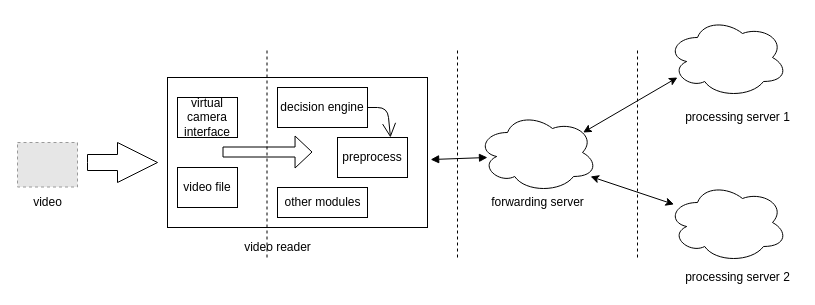
Earlier version of the draw.io diagram workflow.drawio (ZhiyanWXZ/leetcode). Source tidied: cells renumbered, new cells numbered last; positions are measured from the earlier drawing's top-left corner, leaving out a move shared by most shapes. Both pictures are drawn from the tidied source at 100%, with x=0, y=0 at pixel (17, 17). Pictures stored in the file or linked from it are replaced by grey dashed boxes.
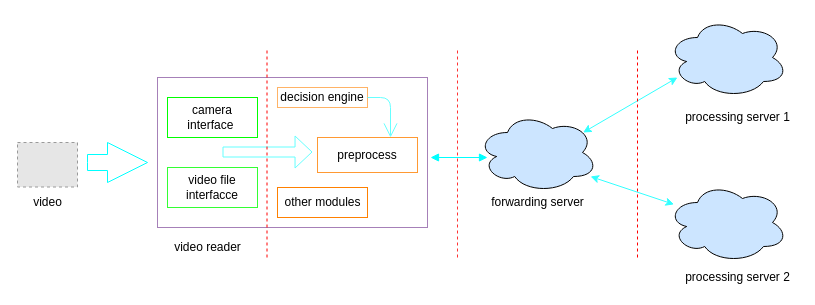
Above is the later version.

Diff of the diagram source:
```diff
@@
-    <mxCell id="2" style="rounded=0;whiteSpace=wrap;html=1;" parent="1" vertex="1">
-      <mxGeometry x="150" y="60" width="260" height="150" as="geometry" />
+    <mxCell id="2" style="rounded=0;whiteSpace=wrap;html=1;fillColor=#FFFFFF;strokeColor=#A680B8;" parent="1" vertex="1">
+      <mxGeometry x="140" y="60" width="270" height="150" as="geometry" />
     </mxCell>
-    <mxCell id="3" style="ellipse;shape=cloud;whiteSpace=wrap;html=1;" parent="1" vertex="1">
+    <mxCell id="3" style="ellipse;shape=cloud;whiteSpace=wrap;html=1;fillColor=#CCE5FF;" parent="1" vertex="1">
       <mxGeometry x="650" width="120" height="80" as="geometry" />
     </mxCell>
-    <mxCell id="4" style="ellipse;shape=cloud;whiteSpace=wrap;html=1;" parent="1" vertex="1">
+    <mxCell id="4" style="ellipse;shape=cloud;whiteSpace=wrap;html=1;fillColor=#CCE5FF;" parent="1" vertex="1">
       <mxGeometry x="650" y="165" width="120" height="80" as="geometry" />
     </mxCell>
-    <mxCell id="5" style="ellipse;shape=cloud;whiteSpace=wrap;html=1;" parent="1" vertex="1">
+    <mxCell id="5" style="ellipse;shape=cloud;whiteSpace=wrap;html=1;fillColor=#CCE5FF;" parent="1" vertex="1">
       <mxGeometry x="460" y="95" width="120" height="80" as="geometry" />
     </mxCell>
-    <mxCell id="6" value="virtual camera interface" style="rounded=0;whiteSpace=wrap;html=1;" parent="1" vertex="1">
-      <mxGeometry x="160" y="80" width="60" height="40" as="geometry" />
+    <mxCell id="6" value="camera interface&amp;nbsp;" style="rounded=0;whiteSpace=wrap;html=1;strokeColor=#00FF00;" parent="1" vertex="1">
+      <mxGeometry x="150" y="80" width="90" height="40" as="geometry" />
     </mxCell>
-    <mxCell id="7" value="video file" style="rounded=0;whiteSpace=wrap;html=1;" parent="1" vertex="1">
-      <mxGeometry x="160" y="150" width="60" height="40" as="geometry" />
-    </mxCell>
-    <mxCell id="8" style="endArrow=none;dashed=1;html=1;" parent="1" edge="1">
-      <mxGeometry relative="1" as="geometry">
-        <mxPoint x="249.5" y="240" as="sourcePoint" />
-        <mxPoint x="249.5" y="30" as="targetPoint" />
-      </mxGeometry>
-    </mxCell>
-    <mxCell id="9" style="html=1;shadow=0;dashed=0;align=center;verticalAlign=middle;shape=mxgraph.arrows2.arrow;dy=0.6;dx=40;notch=0;" parent="1" vertex="1">
-      <mxGeometry x="70" y="125" width="70" height="40" as="geometry" />
+    <mxCell id="9" style="html=1;shadow=0;dashed=0;align=center;verticalAlign=middle;shape=mxgraph.arrows2.arrow;dy=0.6;dx=40;notch=0;strokeColor=#00FFFF;" parent="1" vertex="1">
+      <mxGeometry x="70" y="125" width="60" height="40" as="geometry" />
     </mxCell>
     <mxCell id="10" value="video reader" style="text;html=1;align=center;verticalAlign=middle;strokeColor=none;" parent="1" vertex="1">
-      <mxGeometry x="220" y="220" width="80" height="20" as="geometry" />
+      <mxGeometry x="150" y="220" width="80" height="20" as="geometry" />
     </mxCell>
-    <mxCell id="11" style="endArrow=block;startArrow=block;endFill=1;startFill=1;html=1;exitX=1.012;exitY=0.547;exitDx=0;exitDy=0;exitPerimeter=0;" parent="1" edge="1" source="2">
+    <mxCell id="11" style="endArrow=block;startArrow=block;endFill=1;startFill=1;html=1;strokeColor=#00FFFF;" parent="1" edge="1">
       <mxGeometry relative="1" as="geometry">
+        <mxPoint x="413" y="140" as="sourcePoint" />
         <mxPoint x="470" y="140" as="targetPoint" />
       </mxGeometry>
     </mxCell>
-    <mxCell id="12" style="endArrow=none;dashed=1;html=1;" parent="1" edge="1">
+    <mxCell id="12" style="endArrow=none;dashed=1;html=1;fillColor=#FF3333;strokeColor=#FF3333;" parent="1" edge="1">
       <mxGeometry relative="1" as="geometry">
         <mxPoint x="440" y="240" as="sourcePoint" />
         <mxPoint x="440" y="30" as="targetPoint" />
       </mxGeometry>
     </mxCell>
-    <mxCell id="13" style="endArrow=classic;startArrow=classic;html=1;entryX=0.083;entryY=0.75;entryDx=0;entryDy=0;entryPerimeter=0;exitX=0.88;exitY=0.25;exitDx=0;exitDy=0;exitPerimeter=0;" parent="1" edge="1" source="5" target="3">
+    <mxCell id="13" style="endArrow=classic;startArrow=classic;html=1;entryX=0.083;entryY=0.75;entryDx=0;entryDy=0;entryPerimeter=0;exitX=0.88;exitY=0.25;exitDx=0;exitDy=0;exitPerimeter=0;strokeColor=#33FFFF;" parent="1" edge="1" source="5" target="3">
       <mxGeometry relative="1" as="geometry" />
     </mxCell>
-    <mxCell id="14" style="endArrow=classic;startArrow=classic;html=1;exitX=0.942;exitY=0.8;exitDx=0;exitDy=0;exitPerimeter=0;" parent="1" edge="1" source="5" target="4">
+    <mxCell id="14" style="endArrow=classic;startArrow=classic;html=1;exitX=0.942;exitY=0.8;exitDx=0;exitDy=0;exitPerimeter=0;strokeColor=#33FFFF;" parent="1" edge="1" source="5" target="4">
       <mxGeometry relative="1" as="geometry" />
     </mxCell>
-    <mxCell id="15" style="endArrow=none;dashed=1;html=1;" parent="1" edge="1">
+    <mxCell id="15" style="endArrow=none;dashed=1;html=1;strokeColor=#FF0000;" parent="1" edge="1">
       <mxGeometry relative="1" as="geometry">
         <mxPoint x="620" y="240" as="sourcePoint" />
         <mxPoint x="620" y="30" as="targetPoint" />
       </mxGeometry>
     </mxCell>
@@
-    <mxCell id="19" style="shape=flexArrow;endArrow=classic;html=1;endWidth=21;endSize=5.32;" parent="1" edge="1">
+    <mxCell id="19" style="shape=flexArrow;endArrow=classic;html=1;endWidth=21;endSize=5.32;strokeColor=#66FFFF;" parent="1" edge="1">
       <mxGeometry relative="1" as="geometry">
         <mxPoint x="205" y="134.5" as="sourcePoint" />
         <mxPoint x="295" y="134.5" as="targetPoint" />
       </mxGeometry>
     </mxCell>
-    <mxCell id="20" value="preprocess" style="rounded=0;whiteSpace=wrap;html=1;" parent="1" vertex="1">
-      <mxGeometry x="320" y="120" width="70" height="40" as="geometry" />
+    <mxCell id="20" value="preprocess" style="rounded=0;whiteSpace=wrap;html=1;strokeColor=#FF9933;" parent="1" vertex="1">
+      <mxGeometry x="300" y="120" width="100" height="35" as="geometry" />
     </mxCell>
-    <mxCell id="21" value="decision engine" style="rounded=0;whiteSpace=wrap;html=1;" parent="1" vertex="1">
-      <mxGeometry x="260" y="70" width="90" height="40" as="geometry" />
+    <mxCell id="21" value="decision engine" style="rounded=0;whiteSpace=wrap;html=1;strokeColor=#FFB366;" parent="1" vertex="1">
+      <mxGeometry x="260" y="70" width="90" height="20" as="geometry" />
     </mxCell>
-    <mxCell id="22" style="endArrow=open;endFill=1;endSize=12;html=1;exitX=1;exitY=0.5;exitDx=0;exitDy=0;" parent="1" edge="1" source="21">
+    <mxCell id="22" style="endArrow=open;endFill=1;endSize=12;html=1;exitX=1;exitY=0.5;exitDx=0;exitDy=0;strokeColor=#66FFFF;" parent="1" edge="1" source="21">
       <mxGeometry relative="1" as="geometry">
         <mxPoint x="373" y="120" as="targetPoint" />
         <Array as="points">
-          <mxPoint x="370" y="90" />
+          <mxPoint x="373" y="80" />
         </Array>
       </mxGeometry>
     </mxCell>
-    <mxCell id="23" value="other modules" style="html=1;" parent="1" vertex="1">
+    <mxCell id="23" value="other modules" style="html=1;strokeColor=#FF8000;" parent="1" vertex="1">
       <mxGeometry x="260" y="170" width="90" height="30" as="geometry" />
     </mxCell>
@@
+    <mxCell id="26" value="video file interfacce" style="rounded=0;whiteSpace=wrap;html=1;strokeColor=#33FF33;" parent="1" vertex="1">
+      <mxGeometry x="150" y="150" width="90" height="40" as="geometry" />
+    </mxCell>
+    <mxCell id="8" style="endArrow=none;dashed=1;html=1;fillColor=#FF0000;strokeColor=#FF0000;" parent="1" edge="1">
+      <mxGeometry relative="1" as="geometry">
+        <mxPoint x="249.5" y="240" as="sourcePoint" />
+        <mxPoint x="249.5" y="30" as="targetPoint" />
+      </mxGeometry>
+    </mxCell>
```
